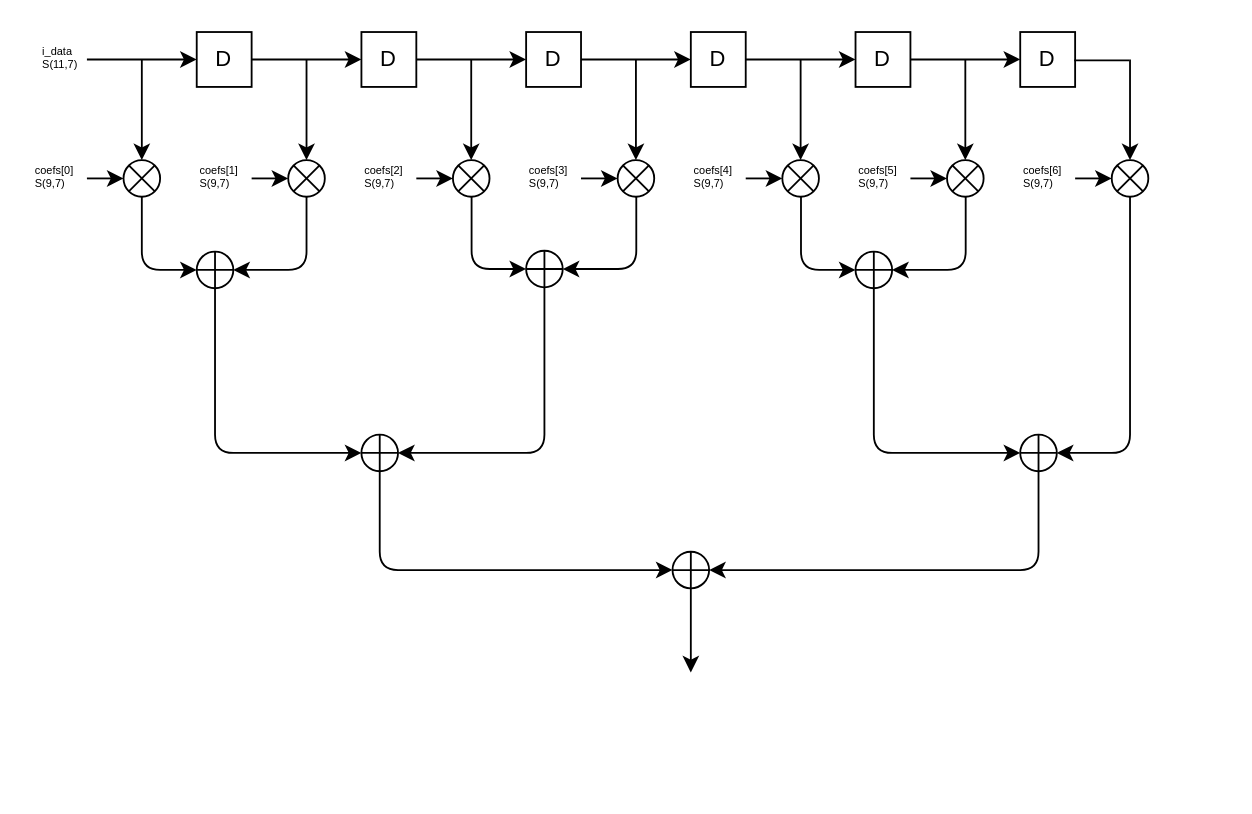
Earlier version of the draw.io diagram img/Untitled Diagram.drawio (complexexponentials/lms-equalizer). Source tidied: cells renumbered, new cells numbered last; positions are measured from the earlier drawing's top-left corner, leaving out a move shared by most shapes. Both pictures are drawn from the tidied source at 183%, with x=0, y=0 at pixel (31, 31).
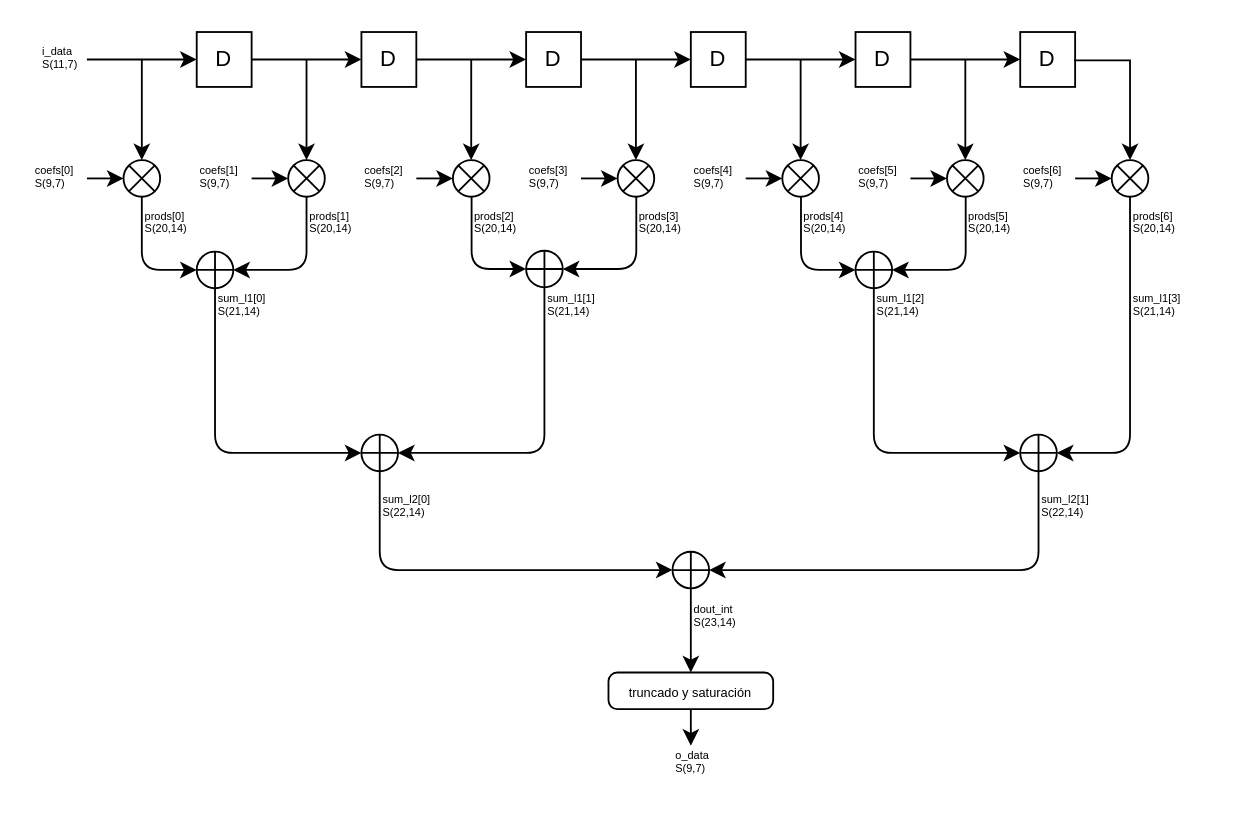
After the change.

The edit, as a diff of the source:
```diff
@@
+    <mxCell id="63" value="&lt;div&gt;prods[0]&lt;br&gt;&lt;/div&gt;&lt;div&gt;S(20,14)&lt;/div&gt;" style="text;html=1;align=left;verticalAlign=top;spacingTop=-4;fontSize=6;" parent="1" vertex="1">
+      <mxGeometry x="60" y="95" width="40" height="20" as="geometry" />
+    </mxCell>
+    <mxCell id="64" value="&lt;div&gt;prods[1]&lt;br&gt;&lt;/div&gt;&lt;div&gt;S(20,14)&lt;/div&gt;" style="text;html=1;align=left;verticalAlign=top;spacingTop=-4;fontSize=6;" parent="1" vertex="1">
+      <mxGeometry x="150" y="95" width="40" height="20" as="geometry" />
+    </mxCell>
+    <mxCell id="65" value="&lt;div&gt;prods[2]&lt;br&gt;&lt;/div&gt;&lt;div&gt;S(20,14)&lt;/div&gt;" style="text;html=1;align=left;verticalAlign=top;spacingTop=-4;fontSize=6;" parent="1" vertex="1">
+      <mxGeometry x="240" y="94.5" width="40" height="20" as="geometry" />
+    </mxCell>
+    <mxCell id="66" value="&lt;div&gt;prods[3]&lt;br&gt;&lt;/div&gt;&lt;div&gt;S(20,14)&lt;/div&gt;" style="text;html=1;align=left;verticalAlign=top;spacingTop=-4;fontSize=6;" parent="1" vertex="1">
+      <mxGeometry x="330" y="94.5" width="40" height="20" as="geometry" />
+    </mxCell>
+    <mxCell id="67" value="&lt;div&gt;prods[4]&lt;br&gt;&lt;/div&gt;&lt;div&gt;S(20,14)&lt;/div&gt;" style="text;html=1;align=left;verticalAlign=top;spacingTop=-4;fontSize=6;" parent="1" vertex="1">
+      <mxGeometry x="420" y="95" width="40" height="20" as="geometry" />
+    </mxCell>
+    <mxCell id="68" value="&lt;div&gt;prods[5]&lt;br&gt;&lt;/div&gt;&lt;div&gt;S(20,14)&lt;/div&gt;" style="text;html=1;align=left;verticalAlign=top;spacingTop=-4;fontSize=6;" parent="1" vertex="1">
+      <mxGeometry x="510" y="94.5" width="40" height="20" as="geometry" />
+    </mxCell>
+    <mxCell id="69" value="&lt;div&gt;prods[6]&lt;br&gt;&lt;/div&gt;&lt;div&gt;S(20,14)&lt;/div&gt;" style="text;html=1;align=left;verticalAlign=top;spacingTop=-4;fontSize=6;" parent="1" vertex="1">
+      <mxGeometry x="600" y="94.5" width="40" height="20" as="geometry" />
+    </mxCell>
+    <mxCell id="70" value="&lt;div&gt;sum_l1[0]&lt;br&gt;&lt;/div&gt;&lt;div&gt;S(21,14)&lt;/div&gt;" style="text;html=1;align=left;verticalAlign=top;spacingTop=-4;fontSize=6;" parent="1" vertex="1">
+      <mxGeometry x="100" y="140" width="50" height="20" as="geometry" />
+    </mxCell>
+    <mxCell id="71" value="&lt;div&gt;sum_l1[1]&lt;br&gt;&lt;/div&gt;&lt;div&gt;S(21,14)&lt;/div&gt;" style="text;html=1;align=left;verticalAlign=top;spacingTop=-4;fontSize=6;" parent="1" vertex="1">
+      <mxGeometry x="280" y="140" width="50" height="20" as="geometry" />
+    </mxCell>
+    <mxCell id="72" value="&lt;div&gt;sum_l1[2]&lt;br&gt;&lt;/div&gt;&lt;div&gt;S(21,14)&lt;/div&gt;" style="text;html=1;align=left;verticalAlign=top;spacingTop=-4;fontSize=6;" parent="1" vertex="1">
+      <mxGeometry x="460" y="140" width="50" height="20" as="geometry" />
+    </mxCell>
+    <mxCell id="73" value="&lt;div&gt;sum_l1[3]&lt;br&gt;&lt;/div&gt;&lt;div&gt;S(21,14)&lt;/div&gt;" style="text;html=1;align=left;verticalAlign=top;spacingTop=-4;fontSize=6;" parent="1" vertex="1">
+      <mxGeometry x="600" y="139.5" width="50" height="20" as="geometry" />
+    </mxCell>
+    <mxCell id="74" value="&lt;div&gt;sum_l2[0]&lt;br&gt;&lt;/div&gt;&lt;div&gt;S(22,14)&lt;/div&gt;" style="text;html=1;align=left;verticalAlign=top;spacingTop=-4;fontSize=6;" parent="1" vertex="1">
+      <mxGeometry x="190" y="250" width="50" height="20" as="geometry" />
+    </mxCell>
+    <mxCell id="75" value="&lt;div&gt;sum_l2[1]&lt;br&gt;&lt;/div&gt;&lt;div&gt;S(22,14)&lt;/div&gt;" style="text;html=1;align=left;verticalAlign=top;spacingTop=-4;fontSize=6;" parent="1" vertex="1">
+      <mxGeometry x="550" y="250" width="50" height="20" as="geometry" />
+    </mxCell>
+    <mxCell id="76" value="&lt;div&gt;dout_int&lt;br&gt;&lt;/div&gt;&lt;div&gt;S(23,14)&lt;/div&gt;" style="text;html=1;align=left;verticalAlign=top;spacingTop=-4;fontSize=6;" parent="1" vertex="1">
+      <mxGeometry x="360" y="310" width="40" height="20" as="geometry" />
+    </mxCell>
+    <mxCell id="77" value="&lt;font style=&quot;font-size: 7px&quot;&gt;truncado y saturación&lt;/font&gt;" style="rounded=1;whiteSpace=wrap;html=1;arcSize=24;verticalAlign=middle;labelPosition=center;verticalLabelPosition=middle;align=center;" parent="1" vertex="1">
+      <mxGeometry x="315" y="350" width="90" height="20" as="geometry" />
+    </mxCell>
+    <mxCell id="78" style="endArrow=classic;html=1;exitX=0.5;exitY=1;exitDx=0;exitDy=0;" parent="1" edge="1" source="77">
+      <mxGeometry relative="1" as="geometry">
+        <mxPoint x="360" y="390" as="targetPoint" />
+      </mxGeometry>
+    </mxCell>
+    <mxCell id="79" value="&lt;div&gt;o_data&lt;br&gt;&lt;/div&gt;&lt;div&gt;S(9,7)&lt;/div&gt;" style="text;html=1;align=left;verticalAlign=top;spacingTop=-4;fontSize=6;" parent="1" vertex="1">
+      <mxGeometry x="350" y="390" width="40" height="20" as="geometry" />
+    </mxCell>
```
